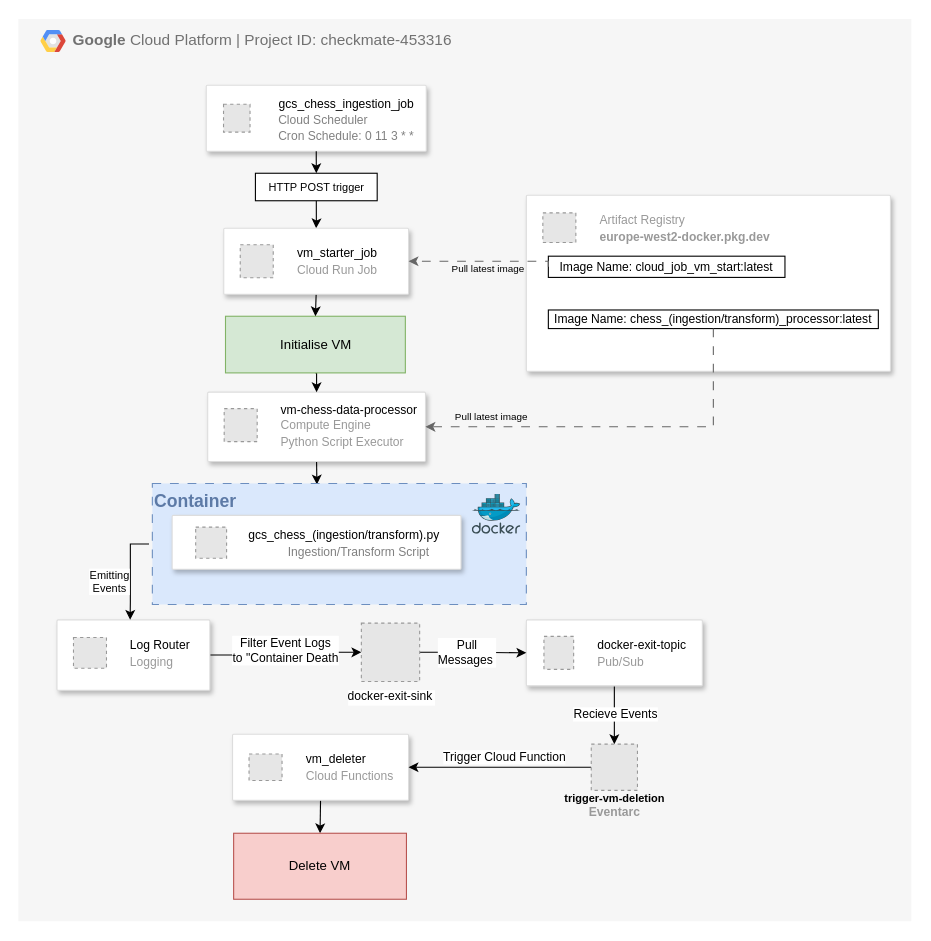
Above: page "Pipeline Architecture" (2 of 5) of diagrams/architecture/chess_pipeline_architecture.drawio in Filpill/chess_analysis (draw.io), before the change. Source tidied: cells renumbered, new cells numbered last; positions are measured from the earlier drawing's top-left corner, leaving out a move shared by most shapes. Both pictures are drawn from the tidied source at 110%, with x=0, y=0 at pixel (18, 19). Pictures stored in the file or linked from it are replaced by grey dashed boxes.
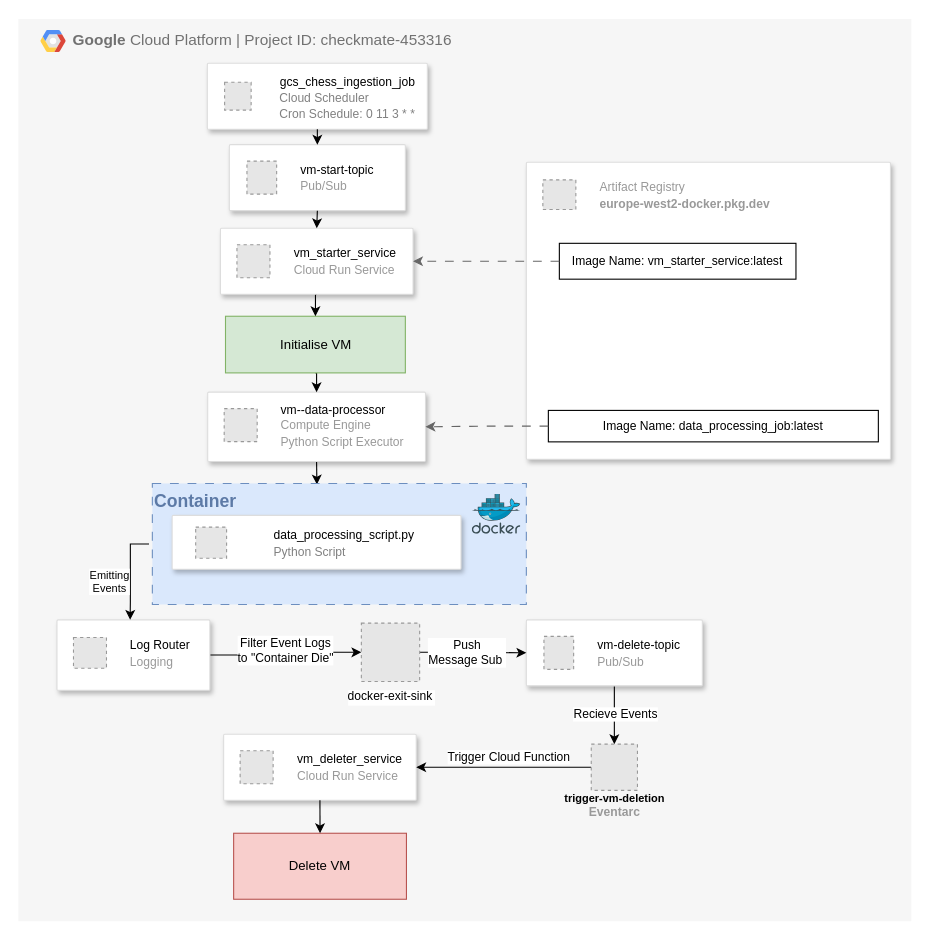
The same diagram, later.

The change refers to these unchanged cells:
```xml
<mxCell id="2" value="&lt;b&gt;Google &lt;/b&gt;Cloud Platform | Project ID: checkmate-453316" style="fillColor=#F6F6F6;strokeColor=none;shadow=0;gradientColor=none;fontSize=14;align=left;spacing=10;fontColor=#717171;9E9E9E;verticalAlign=top;spacingTop=-4;fontStyle=0;spacingLeft=40;html=1;whiteSpace=wrap;" parent="1" vertex="1">
  <mxGeometry x="0.2" y="-0.3" width="811.8" height="820.3" as="geometry" />
</mxCell>
<mxCell id="5" style="strokeColor=#dddddd;shadow=1;strokeWidth=1;rounded=1;absoluteArcSize=1;arcSize=2;fontSize=11;" parent="1" vertex="1">
  <mxGeometry x="172.3" y="339" width="198" height="63" as="geometry" />
</mxCell>
<mxCell id="20" style="edgeStyle=orthogonalEdgeStyle;rounded=0;jettySize=auto;html=1;exitX=1;exitY=0.5;exitDx=0;exitDy=0;entryX=0;entryY=0.5;entryDx=0;entryDy=0;" parent="1" edge="1" source="22" target="43">
  <mxGeometry relative="1" as="geometry" />
</mxCell>
<mxCell id="29" style="strokeColor=#dddddd;shadow=1;strokeWidth=1;rounded=1;absoluteArcSize=1;arcSize=2;" parent="1" vertex="1">
  <mxGeometry x="462" y="546" width="160" height="60" as="geometry" />
</mxCell>
<mxCell id="41" style="edgeStyle=orthogonalEdgeStyle;rounded=0;jettySize=auto;html=1;exitX=1;exitY=0.5;exitDx=0;exitDy=0;entryX=0;entryY=0.5;entryDx=0;entryDy=0;" parent="1" edge="1" source="43" target="29">
  <mxGeometry relative="1" as="geometry" />
</mxCell>
<mxCell id="48" value="&lt;div&gt;&lt;font style=&quot;color: rgb(0, 0, 0); font-size: 10px;&quot;&gt;trigger-vm-deletion&lt;/font&gt;&lt;/div&gt;&lt;div&gt;Eventarc&lt;div&gt;&lt;br&gt;&lt;/div&gt;&lt;/div&gt;" style="fillColor=#E6E6E6;strokeColor=#999999;dashed=1;html=1;verticalAlign=top;labelPosition=center;verticalLabelPosition=bottom;align=center;spacingTop=-6;fontSize=11;fontStyle=1;fontColor=#999999;" parent="1" vertex="1">
  <mxGeometry x="521" y="659" width="42" height="42" as="geometry" />
</mxCell>
<mxCell id="49" value="&lt;span style=&quot;text-wrap-mode: nowrap;&quot;&gt;&lt;font&gt;Delete VM&lt;/font&gt;&lt;/span&gt;" style="rounded=0;whiteSpace=wrap;html=1;fillColor=#f8cecc;strokeColor=#b85450;" parent="1" vertex="1">
  <mxGeometry x="195.9" y="740" width="157.1" height="60" as="geometry" />
</mxCell>
<mxCell id="50" style="edgeStyle=orthogonalEdgeStyle;rounded=0;jettySize=auto;html=1;exitX=0;exitY=0.5;exitDx=0;exitDy=0;fillColor=#f5f5f5;strokeColor=#666666;dashed=1;dashPattern=8 8;entryX=1;entryY=0.5;entryDx=0;entryDy=0;" parent="1" edge="1" source="33" target="18">
  <mxGeometry relative="1" as="geometry">
    <Array as="points">
      <mxPoint x="482" y="220" />
    </Array>
  </mxGeometry>
</mxCell>
```

Change to the diagram source:
```diff
@@
+    <mxCell id="54" style="strokeColor=#dddddd;shadow=1;strokeWidth=1;rounded=1;absoluteArcSize=1;arcSize=2;" parent="2" vertex="1">
+      <mxGeometry x="191.8" y="114.3" width="160" height="60" as="geometry" />
+    </mxCell>
+    <mxCell id="55" value="&lt;font style=&quot;font-size: 11px;&quot;&gt;&lt;font color=&quot;#000000&quot;&gt;vm-start-topic&lt;/font&gt;&lt;br&gt;Pub/Sub&lt;/font&gt;" style="fillColor=#E6E6E6;strokeColor=#999999;dashed=1;html=1;fontColor=#999999;verticalLabelPosition=middle;verticalAlign=middle;labelPosition=right;align=left;spacingLeft=20;" parent="54" vertex="1">
+      <mxGeometry width="27" height="30" relative="1" as="geometry">
+        <mxPoint x="16" y="15" as="offset" />
+      </mxGeometry>
+    </mxCell>
+    <mxCell id="10" style="group;" parent="2" vertex="1">
+      <mxGeometry x="171.8" y="40.3" width="200" height="60" as="geometry" />
+    </mxCell>
+    <mxCell id="11" style="strokeColor=#dddddd;shadow=1;strokeWidth=1;rounded=1;absoluteArcSize=1;arcSize=2;align=right;fontColor=#CCCCCC;" parent="10" vertex="1">
+      <mxGeometry width="200" height="60" as="geometry" />
+    </mxCell>
+    <mxCell id="12" value="&lt;div style=&quot;text-align: right;&quot;&gt;&lt;span style=&quot;font-size: 11px; text-wrap-mode: nowrap;&quot;&gt;&lt;br&gt;&lt;/span&gt;&lt;/div&gt;&lt;div style=&quot;text-align: right;&quot;&gt;&lt;span style=&quot;font-size: 11px; text-wrap-mode: nowrap;&quot;&gt;gcs_chess_ingestion_job&lt;/span&gt;&lt;/div&gt;&lt;div style=&quot;text-align: left;&quot;&gt;&lt;span style=&quot;font-size: 11px; color: rgb(128, 128, 128); text-align: right; text-wrap-mode: nowrap; background-color: transparent;&quot;&gt;Cloud Scheduler&lt;br&gt;Cron Schedule: 0 11 3 * *&lt;/span&gt;&lt;/div&gt;" style="text;html=1;align=center;verticalAlign=middle;whiteSpace=wrap;rounded=0;" parent="10" vertex="1">
+      <mxGeometry x="96" y="13.1" width="63.2" height="22.5" as="geometry" />
+    </mxCell>
+    <mxCell id="13" style="fillColor=#E6E6E6;strokeColor=#999999;dashed=1;html=1;verticalLabelPosition=bottom;labelBackgroundColor=#ffffff;verticalAlign=top;" parent="10" vertex="1">
+      <mxGeometry x="15.7" y="17.3" width="24.1" height="25.3" as="geometry" />
+    </mxCell>
+    <mxCell id="56" style="edgeStyle=orthogonalEdgeStyle;rounded=0;jettySize=auto;html=1;exitX=0.5;exitY=1;exitDx=0;exitDy=0;entryX=0.5;entryY=0;entryDx=0;entryDy=0;" parent="2" edge="1" source="11" target="54">
+      <mxGeometry relative="1" as="geometry" />
+    </mxCell>
+    <mxCell id="57" style="strokeColor=#dddddd;shadow=1;strokeWidth=1;rounded=1;absoluteArcSize=1;arcSize=2;" parent="2" vertex="1">
+      <mxGeometry x="186.6" y="650.3" width="175.1" height="60" as="geometry" />
+    </mxCell>
+    <mxCell id="58" value="&lt;font style=&quot;font-size: 11px;&quot;&gt;&lt;font color=&quot;#000000&quot;&gt;vm_deleter_service&lt;/font&gt;&lt;br&gt;Cloud Run Service&lt;/font&gt;" style="fillColor=#E6E6E6;strokeColor=#999999;dashed=1;html=1;fontColor=#999999;verticalLabelPosition=middle;verticalAlign=middle;labelPosition=right;align=left;spacingLeft=20;" parent="57" vertex="1">
+      <mxGeometry width="30" height="30" relative="1" as="geometry">
+        <mxPoint x="15" y="15" as="offset" />
+      </mxGeometry>
+    </mxCell>
@@
-    <mxCell id="6" value="&lt;div&gt;&lt;font color=&quot;#000000&quot;&gt;&lt;span style=&quot;font-size: 11px;&quot;&gt;vm-chess-data-processor&lt;/span&gt;&lt;/font&gt;&lt;/div&gt;&lt;div&gt;&lt;span style=&quot;font-size: 11px; background-color: transparent; color: light-dark(rgb(153, 153, 153), rgb(106, 106, 106));&quot;&gt;Compute Engine&lt;/span&gt;&lt;/div&gt;&lt;div&gt;&lt;font style=&quot;font-size: 11px;&quot;&gt;Python Script Executor&lt;/font&gt;&lt;/div&gt;" style="fillColor=#E6E6E6;strokeColor=#999999;dashed=1;html=1;fontColor=#999999;verticalLabelPosition=middle;verticalAlign=middle;labelPosition=right;align=left;spacingLeft=20;" parent="5" vertex="1">
+    <mxCell id="6" value="&lt;div&gt;&lt;font color=&quot;#000000&quot;&gt;&lt;span style=&quot;font-size: 11px;&quot;&gt;vm--data-processor&lt;/span&gt;&lt;/font&gt;&lt;/div&gt;&lt;div&gt;&lt;span style=&quot;font-size: 11px; background-color: transparent; color: light-dark(rgb(153, 153, 153), rgb(106, 106, 106));&quot;&gt;Compute Engine&lt;/span&gt;&lt;/div&gt;&lt;div&gt;&lt;font style=&quot;font-size: 11px;&quot;&gt;Python Script Executor&lt;/font&gt;&lt;/div&gt;" style="fillColor=#E6E6E6;strokeColor=#999999;dashed=1;html=1;fontColor=#999999;verticalLabelPosition=middle;verticalAlign=middle;labelPosition=right;align=left;spacingLeft=20;" parent="5" vertex="1">
       <mxGeometry width="30" height="30" relative="1" as="geometry">
         <mxPoint x="15" y="15" as="offset" />
       </mxGeometry>
     </mxCell>
@@
-    <mxCell id="9" style="group;" parent="1" vertex="1">
-      <mxGeometry x="171" y="50" width="200" height="60" as="geometry" />
-    </mxCell>
-    <mxCell id="10" style="group;" parent="9" vertex="1">
-      <mxGeometry y="10" width="200" height="60" as="geometry" />
-    </mxCell>
-    <mxCell id="11" style="strokeColor=#dddddd;shadow=1;strokeWidth=1;rounded=1;absoluteArcSize=1;arcSize=2;align=right;fontColor=#CCCCCC;" parent="10" vertex="1">
-      <mxGeometry width="200" height="60" as="geometry" />
-    </mxCell>
-    <mxCell id="12" value="&lt;div style=&quot;text-align: right;&quot;&gt;&lt;span style=&quot;font-size: 11px; text-wrap-mode: nowrap;&quot;&gt;&lt;br&gt;&lt;/span&gt;&lt;/div&gt;&lt;div style=&quot;text-align: right;&quot;&gt;&lt;span style=&quot;font-size: 11px; text-wrap-mode: nowrap;&quot;&gt;gcs_chess_ingestion_job&lt;/span&gt;&lt;/div&gt;&lt;div style=&quot;text-align: left;&quot;&gt;&lt;span style=&quot;font-size: 11px; color: rgb(128, 128, 128); text-align: right; text-wrap-mode: nowrap; background-color: transparent;&quot;&gt;Cloud Scheduler&lt;br&gt;Cron Schedule: 0 11 3 * *&lt;/span&gt;&lt;/div&gt;" style="text;html=1;align=center;verticalAlign=middle;whiteSpace=wrap;rounded=0;" parent="10" vertex="1">
-      <mxGeometry x="96" y="13.1" width="63.2" height="22.5" as="geometry" />
-    </mxCell>
-    <mxCell id="13" style="fillColor=#E6E6E6;strokeColor=#999999;dashed=1;html=1;verticalLabelPosition=bottom;labelBackgroundColor=#ffffff;verticalAlign=top;" parent="10" vertex="1">
-      <mxGeometry x="15.7" y="17.3" width="24.1" height="25.3" as="geometry" />
-    </mxCell>
-    <mxCell id="14" style="edgeStyle=orthogonalEdgeStyle;rounded=0;jettySize=auto;html=1;exitX=0.5;exitY=1;exitDx=0;exitDy=0;" parent="1" edge="1" source="15" target="18">
-      <mxGeometry relative="1" as="geometry" />
-    </mxCell>
-    <mxCell id="15" value="&lt;span style=&quot;font-size: 10px; text-wrap-mode: nowrap; background-color: rgb(255, 255, 255);&quot;&gt;HTTP POST trigger&lt;/span&gt;" style="rounded=0;whiteSpace=wrap;html=1;" parent="1" vertex="1">
-      <mxGeometry x="215.7" y="140" width="110.7" height="25" as="geometry" />
-    </mxCell>
-    <mxCell id="16" style="edgeStyle=orthogonalEdgeStyle;rounded=0;jettySize=auto;html=1;exitX=0.5;exitY=1;exitDx=0;exitDy=0;entryX=0.5;entryY=0;entryDx=0;entryDy=0;" parent="1" edge="1" source="11" target="15">
-      <mxGeometry relative="1" as="geometry" />
-    </mxCell>
@@
     <mxCell id="18" style="strokeColor=#dddddd;shadow=1;strokeWidth=1;rounded=1;absoluteArcSize=1;arcSize=2;" parent="1" vertex="1">
-      <mxGeometry x="186.9" y="190" width="168" height="60" as="geometry" />
+      <mxGeometry x="183.9" y="190" width="175.1" height="60" as="geometry" />
     </mxCell>
-    <mxCell id="19" value="&lt;font style=&quot;font-size: 11px;&quot;&gt;&lt;font color=&quot;#000000&quot;&gt;vm_starter_job&lt;/font&gt;&lt;br&gt;Cloud Run Job&lt;/font&gt;" style="fillColor=#E6E6E6;strokeColor=#999999;dashed=1;html=1;fontColor=#999999;verticalLabelPosition=middle;verticalAlign=middle;labelPosition=right;align=left;spacingLeft=20;" parent="18" vertex="1">
+    <mxCell id="19" value="&lt;font style=&quot;font-size: 11px;&quot;&gt;&lt;font color=&quot;#000000&quot;&gt;vm_starter_service&lt;/font&gt;&lt;br&gt;Cloud Run Service&lt;/font&gt;" style="fillColor=#E6E6E6;strokeColor=#999999;dashed=1;html=1;fontColor=#999999;verticalLabelPosition=middle;verticalAlign=middle;labelPosition=right;align=left;spacingLeft=20;" parent="18" vertex="1">
       <mxGeometry width="30" height="30" relative="1" as="geometry">
         <mxPoint x="15" y="15" as="offset" />
       </mxGeometry>
     </mxCell>
@@
-    <mxCell id="21" value="Filter Event Logs&lt;div&gt;to &quot;Container Death&lt;/div&gt;" style="edgeLabel;html=1;align=center;verticalAlign=middle;" parent="20" vertex="1">
+    <mxCell id="21" value="Filter Event Logs&lt;div&gt;to &quot;Container Die&quot;&lt;/div&gt;" style="edgeLabel;html=1;align=center;verticalAlign=middle;" parent="20" vertex="1">
       <mxGeometry x="-0.36" relative="1" as="geometry">
         <mxPoint x="23" y="-5" as="offset" />
       </mxGeometry>
     </mxCell>
@@
-    <mxCell id="30" value="&lt;font style=&quot;font-size: 11px;&quot;&gt;&lt;font color=&quot;#000000&quot;&gt;docker-exit-topic&lt;/font&gt;&lt;br&gt;Pub/Sub&lt;/font&gt;" style="fillColor=#E6E6E6;strokeColor=#999999;dashed=1;html=1;fontColor=#999999;verticalLabelPosition=middle;verticalAlign=middle;labelPosition=right;align=left;spacingLeft=20;" parent="29" vertex="1">
+    <mxCell id="30" value="&lt;font style=&quot;font-size: 11px;&quot;&gt;&lt;font color=&quot;#000000&quot;&gt;vm-delete-topic&lt;/font&gt;&lt;br&gt;Pub/Sub&lt;/font&gt;" style="fillColor=#E6E6E6;strokeColor=#999999;dashed=1;html=1;fontColor=#999999;verticalLabelPosition=middle;verticalAlign=middle;labelPosition=right;align=left;spacingLeft=20;" parent="29" vertex="1">
       <mxGeometry width="27" height="30" relative="1" as="geometry">
         <mxPoint x="16" y="15" as="offset" />
       </mxGeometry>
     </mxCell>
     <mxCell id="31" style="strokeColor=#dddddd;shadow=1;strokeWidth=1;rounded=1;absoluteArcSize=1;arcSize=2;" parent="1" vertex="1">
-      <mxGeometry x="462" y="160" width="331" height="160" as="geometry" />
+      <mxGeometry x="462" y="130" width="331" height="270" as="geometry" />
     </mxCell>
@@
-    <mxCell id="33" value="&lt;font style=&quot;color: rgb(153, 153, 153); text-align: left; text-wrap-mode: nowrap; font-size: 11px;&quot;&gt;&lt;font color=&quot;#000000&quot;&gt;Image Name: cloud_job_vm_start:latest&lt;/font&gt;&lt;/font&gt;" style="rounded=0;whiteSpace=wrap;html=1;verticalAlign=middle;" parent="31" vertex="1">
-      <mxGeometry x="20" y="55.4" width="215.1" height="19.3" as="geometry" />
+    <mxCell id="33" value="&lt;font style=&quot;color: rgb(153, 153, 153); text-align: left; text-wrap-mode: nowrap; font-size: 11px;&quot;&gt;&lt;font color=&quot;#000000&quot;&gt;Image Name: vm_starter_service:latest&lt;/font&gt;&lt;/font&gt;" style="rounded=0;whiteSpace=wrap;html=1;verticalAlign=middle;" parent="31" vertex="1">
+      <mxGeometry x="30" y="73.7" width="215.1" height="32.6" as="geometry" />
     </mxCell>
-    <mxCell id="34" value="&lt;font style=&quot;color: rgb(153, 153, 153); text-align: left; text-wrap-mode: nowrap; font-size: 11px;&quot;&gt;&lt;font color=&quot;#000000&quot;&gt;Image Name:&amp;nbsp;&lt;/font&gt;&lt;/font&gt;&lt;font style=&quot;color: rgb(153, 153, 153); text-align: left; text-wrap-mode: nowrap; font-size: 11px;&quot;&gt;&lt;font color=&quot;#000000&quot;&gt;chess_(ingestion/transform)_processor:latest&lt;/font&gt;&lt;/font&gt;" style="rounded=0;whiteSpace=wrap;html=1;verticalAlign=middle;" parent="31" vertex="1">
-      <mxGeometry x="20" y="104.3" width="300" height="16.9" as="geometry" />
+    <mxCell id="34" value="&lt;font style=&quot;color: rgb(153, 153, 153); text-align: left; text-wrap-mode: nowrap; font-size: 11px;&quot;&gt;&lt;font color=&quot;#000000&quot;&gt;Image Name:&amp;nbsp;&lt;/font&gt;&lt;/font&gt;&lt;font style=&quot;color: rgb(153, 153, 153); text-align: left; text-wrap-mode: nowrap; font-size: 11px;&quot;&gt;&lt;font color=&quot;#000000&quot;&gt;data_processing_job:latest&lt;/font&gt;&lt;/font&gt;" style="rounded=0;whiteSpace=wrap;html=1;verticalAlign=middle;" parent="31" vertex="1">
+      <mxGeometry x="20" y="225.6" width="300" height="28.6" as="geometry" />
     </mxCell>
@@
-    <mxCell id="36" value="&lt;br&gt;&lt;div&gt;&lt;div style=&quot;text-align: left;&quot;&gt;&lt;span style=&quot;background-color: transparent; color: light-dark(rgb(0, 0, 0), rgb(255, 255, 255)); font-size: 11px; text-wrap-mode: nowrap;&quot;&gt;gcs_chess_(&lt;/span&gt;&lt;span style=&quot;background-color: transparent; color: light-dark(rgb(0, 0, 0), rgb(255, 255, 255)); font-size: 11px; text-wrap-mode: nowrap;&quot;&gt;ingestion/transform).py&lt;/span&gt;&lt;/div&gt;&lt;div style=&quot;text-align: right; text-wrap-mode: nowrap; color: rgb(153, 153, 153);&quot;&gt;&lt;font color=&quot;#808080&quot;&gt;&lt;span style=&quot;font-size: 11px;&quot;&gt;Ingestion/Transform Script&lt;/span&gt;&lt;/font&gt;&lt;span style=&quot;font-size: 11px; color: rgb(128, 128, 128); background-color: transparent;&quot;&gt;&amp;nbsp; &amp;nbsp;&lt;/span&gt;&lt;/div&gt;&lt;/div&gt;" style="text;html=1;align=center;verticalAlign=middle;whiteSpace=wrap;rounded=0;" parent="1" vertex="1">
+    <mxCell id="36" value="&lt;br&gt;&lt;div&gt;&lt;div style=&quot;text-align: left;&quot;&gt;&lt;span style=&quot;background-color: transparent; color: light-dark(rgb(0, 0, 0), rgb(255, 255, 255)); font-size: 11px; text-wrap-mode: nowrap;&quot;&gt;data_processing_script.py&lt;/span&gt;&lt;/div&gt;&lt;div style=&quot;text-align: left;&quot;&gt;&lt;font style=&quot;text-align: right; text-wrap-mode: nowrap; background-color: transparent;&quot; color=&quot;#808080&quot;&gt;&lt;span style=&quot;font-size: 11px;&quot;&gt;Python Script&lt;/span&gt;&lt;/font&gt;&lt;span style=&quot;text-align: right; text-wrap-mode: nowrap; background-color: transparent; font-size: 11px; color: rgb(128, 128, 128);&quot;&gt;&amp;nbsp; &amp;nbsp;&lt;/span&gt;&lt;/div&gt;&lt;/div&gt;" style="text;html=1;align=center;verticalAlign=middle;whiteSpace=wrap;rounded=0;" parent="1" vertex="1">
       <mxGeometry x="255" y="459.7" width="82.9" height="18.8" as="geometry" />
     </mxCell>
@@
-    <mxCell id="38" style="edgeStyle=orthogonalEdgeStyle;rounded=0;jettySize=auto;html=1;exitX=0.5;exitY=1;exitDx=0;exitDy=0;entryX=0.5;entryY=0;entryDx=0;entryDy=0;" parent="1" edge="1" source="39" target="49">
-      <mxGeometry relative="1" as="geometry" />
-    </mxCell>
-    <mxCell id="39" style="strokeColor=#dddddd;shadow=1;strokeWidth=1;rounded=1;absoluteArcSize=1;arcSize=2;" parent="1" vertex="1">
-      <mxGeometry x="194.9" y="650" width="160" height="60" as="geometry" />
-    </mxCell>
-    <mxCell id="40" value="&lt;font style=&quot;font-size: 11px;&quot;&gt;&lt;font color=&quot;#000000&quot;&gt;vm_deleter&lt;/font&gt;&lt;br&gt;Cloud Functions&lt;/font&gt;" style="fillColor=#E6E6E6;strokeColor=#999999;dashed=1;html=1;fontColor=#999999;verticalLabelPosition=middle;verticalAlign=middle;labelPosition=right;align=left;spacingLeft=20;" parent="39" vertex="1">
-      <mxGeometry width="30" height="24" relative="1" as="geometry">
-        <mxPoint x="15" y="18" as="offset" />
-      </mxGeometry>
-    </mxCell>
@@
-    <mxCell id="42" value="&lt;div&gt;Pull&lt;/div&gt;Messages&amp;nbsp;" style="edgeLabel;html=1;align=center;verticalAlign=middle;" parent="41" vertex="1">
+    <mxCell id="42" value="&lt;div&gt;&lt;span style=&quot;background-color: light-dark(#ffffff, var(--ge-dark-color, #121212)); color: light-dark(rgb(0, 0, 0), rgb(255, 255, 255));&quot;&gt;Push&lt;br&gt;Message Sub&amp;nbsp;&lt;/span&gt;&lt;/div&gt;" style="edgeLabel;html=1;align=center;verticalAlign=middle;" parent="41" vertex="1">
       <mxGeometry x="-0.13" relative="1" as="geometry" />
     </mxCell>
@@
-    <mxCell id="46" style="edgeStyle=orthogonalEdgeStyle;rounded=0;jettySize=auto;html=1;exitX=0;exitY=0.5;exitDx=0;exitDy=0;entryX=1;entryY=0.5;entryDx=0;entryDy=0;" parent="1" edge="1" source="48" target="39">
+    <mxCell id="46" style="edgeStyle=orthogonalEdgeStyle;rounded=0;jettySize=auto;html=1;exitX=0;exitY=0.5;exitDx=0;exitDy=0;entryX=1;entryY=0.5;entryDx=0;entryDy=0;" parent="1" edge="1" source="48" target="57">
       <mxGeometry relative="1" as="geometry" />
     </mxCell>
@@
-    <mxCell id="51" value="&lt;font style=&quot;font-size: 9px;&quot;&gt;Pull latest&amp;nbsp;&lt;/font&gt;&lt;span style=&quot;font-size: 9px; background-color: transparent; color: light-dark(rgb(0, 0, 0), rgb(255, 255, 255));&quot;&gt;image&lt;/span&gt;" style="edgeLabel;html=1;align=center;verticalAlign=middle;labelBackgroundColor=none;" parent="50" vertex="1">
-      <mxGeometry x="0.04" y="-2" relative="1" as="geometry">
-        <mxPoint x="8" y="7" as="offset" />
-      </mxGeometry>
-    </mxCell>
-    <mxCell id="52" style="edgeStyle=orthogonalEdgeStyle;rounded=0;jettySize=auto;html=1;exitX=0.5;exitY=1;exitDx=0;exitDy=0;fillColor=#f5f5f5;strokeColor=#666666;dashed=1;dashPattern=8 8;entryX=1;entryY=0.5;entryDx=0;entryDy=0;" parent="1" edge="1" source="34" target="5">
+    <mxCell id="52" style="edgeStyle=orthogonalEdgeStyle;rounded=0;jettySize=auto;html=1;exitX=0;exitY=0.5;exitDx=0;exitDy=0;fillColor=#f5f5f5;strokeColor=#666666;dashed=1;dashPattern=8 8;entryX=1;entryY=0.5;entryDx=0;entryDy=0;" parent="1" edge="1" source="34" target="5">
       <mxGeometry relative="1" as="geometry" />
     </mxCell>
-    <mxCell id="53" value="&lt;font style=&quot;font-size: 9px;&quot;&gt;Pull latest&amp;nbsp;&lt;/font&gt;&lt;span style=&quot;font-size: 9px; background-color: transparent; color: light-dark(rgb(0, 0, 0), rgb(255, 255, 255));&quot;&gt;image&lt;/span&gt;" style="edgeLabel;html=1;align=center;verticalAlign=middle;labelBackgroundColor=none;" parent="52" vertex="1">
-      <mxGeometry x="0.04" y="-2" relative="1" as="geometry">
-        <mxPoint x="-109" y="-8" as="offset" />
-      </mxGeometry>
-    </mxCell>
+    <mxCell id="59" style="edgeStyle=orthogonalEdgeStyle;rounded=0;jettySize=auto;html=1;exitX=0.5;exitY=1;exitDx=0;exitDy=0;entryX=0.5;entryY=0;entryDx=0;entryDy=0;" parent="1" edge="1" source="54" target="18">
+      <mxGeometry relative="1" as="geometry" />
+    </mxCell>
+    <mxCell id="60" style="edgeStyle=orthogonalEdgeStyle;rounded=0;jettySize=auto;html=1;exitX=0.5;exitY=1;exitDx=0;exitDy=0;entryX=0.5;entryY=0;entryDx=0;entryDy=0;" parent="1" edge="1" source="57" target="49">
+      <mxGeometry relative="1" as="geometry" />
+    </mxCell>
```
